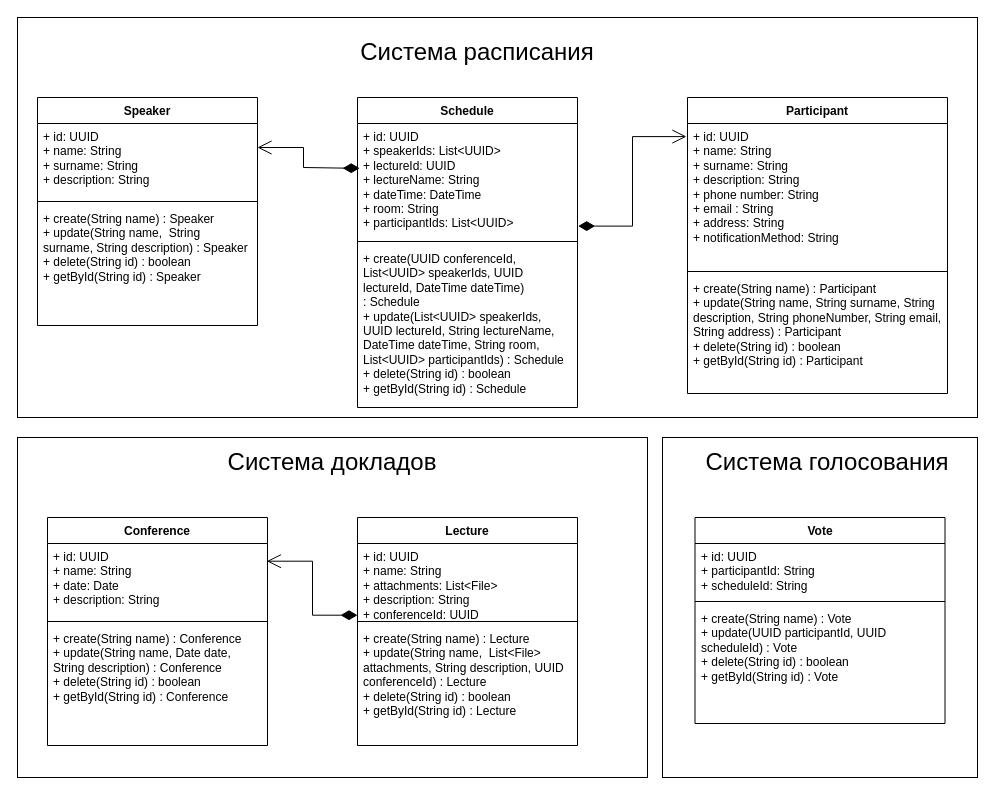
Before: pictures/sources/FunctionalDecomposition2.drawio in IrinaMarahtanova/architecture-cata, a draw.io diagram. Source tidied: cells renumbered, new cells numbered last; positions are measured from the earlier drawing's top-left corner, leaving out a move shared by most shapes. Both pictures are drawn from the tidied source at 100%, with x=0, y=0 at pixel (17, 17).
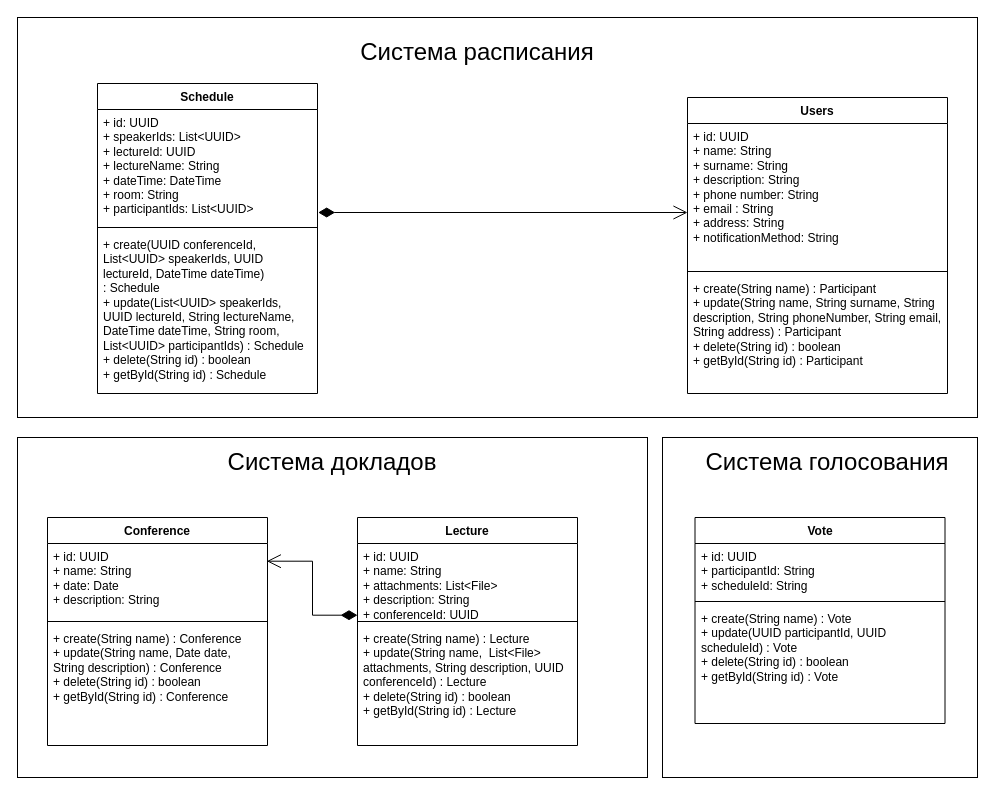
The same diagram, later.

The change refers to these unchanged cells:
```xml
<mxCell id="18" value="+ id: UUID&lt;br&gt;+ speakerIds: List&amp;lt;UUID&amp;gt;&lt;br&gt;+ lectureId: UUID&lt;div&gt;+ lectureName: String&lt;br&gt;&lt;div&gt;+ dateTime: DateTime&lt;br&gt;+ room: String&lt;/div&gt;&lt;/div&gt;&lt;div&gt;+ participantIds:&amp;nbsp;&lt;span style=&quot;background-color: initial;&quot;&gt;List&amp;lt;UUID&amp;gt;&lt;/span&gt;&lt;span style=&quot;background-color: initial;&quot;&gt;&amp;nbsp;&lt;/span&gt;&lt;/div&gt;" style="text;strokeColor=none;fillColor=none;align=left;verticalAlign=top;spacingLeft=4;spacingRight=4;overflow=hidden;points=[[0,0.5],[1,0.5]];portConstraint=eastwest;whiteSpace=wrap;html=1;" parent="17" vertex="1">
  <mxGeometry y="26" width="220" height="114" as="geometry" />
</mxCell>
<mxCell id="23" value="+ id: UUID&lt;br&gt;+ name: String&lt;br&gt;+ surname: String&lt;br&gt;+ description: String&lt;br&gt;+ phone number: String&lt;br&gt;+ email : String&lt;br&gt;+ address: String&lt;div&gt;+&amp;nbsp;&lt;span style=&quot;background-color: initial;&quot;&gt;notificationMethod: String&lt;/span&gt;&lt;/div&gt;" style="text;strokeColor=none;fillColor=none;align=left;verticalAlign=top;spacingLeft=4;spacingRight=4;overflow=hidden;points=[[0,0.5],[1,0.5]];portConstraint=eastwest;whiteSpace=wrap;html=1;" parent="22" vertex="1">
  <mxGeometry y="26" width="260" height="144" as="geometry" />
</mxCell>
```

Diff of the diagram source:
```diff
@@
-    <mxCell id="13" value="Speaker" style="swimlane;fontStyle=1;align=center;verticalAlign=top;horizontal=1;startSize=26;whiteSpace=wrap;html=1;" parent="1" vertex="1">
-      <mxGeometry x="20" y="80" width="220" height="228" as="geometry" />
-    </mxCell>
-    <mxCell id="14" value="+ id: UUID&lt;br&gt;+ name: String&lt;div&gt;+ surname: String&lt;br&gt;+ description: String&lt;/div&gt;" style="text;strokeColor=none;fillColor=none;align=left;verticalAlign=top;spacingLeft=4;spacingRight=4;overflow=hidden;whiteSpace=wrap;html=1;" parent="13" vertex="1">
-      <mxGeometry y="26" width="220" height="74" as="geometry" />
-    </mxCell>
-    <mxCell id="15" style="line;strokeWidth=1;fillColor=none;align=left;verticalAlign=middle;spacingTop=-1;spacingLeft=3;spacingRight=3;labelPosition=right;strokeColor=inherit;" parent="13" vertex="1">
-      <mxGeometry y="100" width="220" height="8" as="geometry" />
-    </mxCell>
-    <mxCell id="16" value="+ create(String name) :&amp;nbsp;&lt;span style=&quot;text-align: center;&quot;&gt;Speaker&lt;/span&gt;&lt;br&gt;+ update(String name,&amp;nbsp; String surname, String description) :&amp;nbsp;&lt;span style=&quot;text-align: center;&quot;&gt;Speaker&lt;/span&gt;&lt;div&gt;+ delete(String id) : boolean&lt;/div&gt;&lt;div&gt;+ getById(String id) :&amp;nbsp;&lt;span style=&quot;text-align: center; background-color: initial;&quot;&gt;Speaker&lt;/span&gt;&lt;/div&gt;" style="text;strokeColor=none;fillColor=none;align=left;verticalAlign=top;spacingLeft=4;spacingRight=4;overflow=hidden;whiteSpace=wrap;html=1;" parent="13" vertex="1">
-      <mxGeometry y="108" width="220" height="120" as="geometry" />
-    </mxCell>
     <mxCell id="17" value="Schedule" style="swimlane;fontStyle=1;align=center;verticalAlign=top;horizontal=1;startSize=26;whiteSpace=wrap;html=1;" parent="1" vertex="1">
-      <mxGeometry x="340" y="80" width="220" height="310" as="geometry" />
+      <mxGeometry x="80" y="66" width="220" height="310" as="geometry" />
     </mxCell>
@@
-    <mxCell id="22" value="Participant" style="swimlane;fontStyle=1;align=center;verticalAlign=top;horizontal=1;startSize=26;whiteSpace=wrap;html=1;" parent="1" vertex="1">
+    <mxCell id="22" value="Users" style="swimlane;fontStyle=1;align=center;verticalAlign=top;horizontal=1;startSize=26;whiteSpace=wrap;html=1;" parent="1" vertex="1">
       <mxGeometry x="670" y="80" width="260" height="296" as="geometry" />
     </mxCell>
@@
-    <mxCell id="33" style="endArrow=open;html=1;endSize=12;startArrow=diamondThin;startSize=14;startFill=1;edgeStyle=orthogonalEdgeStyle;align=left;verticalAlign=bottom;rounded=0;exitX=0.01;exitY=0.392;exitDx=0;exitDy=0;exitPerimeter=0;entryX=0.997;entryY=0.239;entryDx=0;entryDy=0;entryPerimeter=0;" parent="1" edge="1" source="18">
-      <mxGeometry x="-0.56" y="12" relative="1" as="geometry">
-        <mxPoint x="240" y="130" as="targetPoint" />
-        <Array as="points">
-          <mxPoint x="331" y="151" />
-          <mxPoint x="286" y="150" />
-          <mxPoint x="286" y="130" />
-        </Array>
-      </mxGeometry>
-    </mxCell>
-    <mxCell id="34" style="endArrow=open;html=1;endSize=12;startArrow=diamondThin;startSize=14;startFill=1;edgeStyle=orthogonalEdgeStyle;align=left;verticalAlign=bottom;rounded=0;entryX=-0.004;entryY=0.091;entryDx=0;entryDy=0;entryPerimeter=0;exitX=1.003;exitY=0.9;exitDx=0;exitDy=0;exitPerimeter=0;" parent="1" edge="1" source="18" target="23">
-      <mxGeometry x="-1" y="3" relative="1" as="geometry" />
+    <mxCell id="34" style="endArrow=open;html=1;endSize=12;startArrow=diamondThin;startSize=14;startFill=1;edgeStyle=orthogonalEdgeStyle;align=left;verticalAlign=bottom;rounded=0;exitX=1.003;exitY=0.9;exitDx=0;exitDy=0;exitPerimeter=0;" parent="1" edge="1" source="18">
+      <mxGeometry x="-1" y="3" relative="1" as="geometry">
+        <mxPoint x="670" y="195" as="targetPoint" />
+        <Array as="points">
+          <mxPoint x="669" y="195" />
+        </Array>
+      </mxGeometry>
     </mxCell>
```
